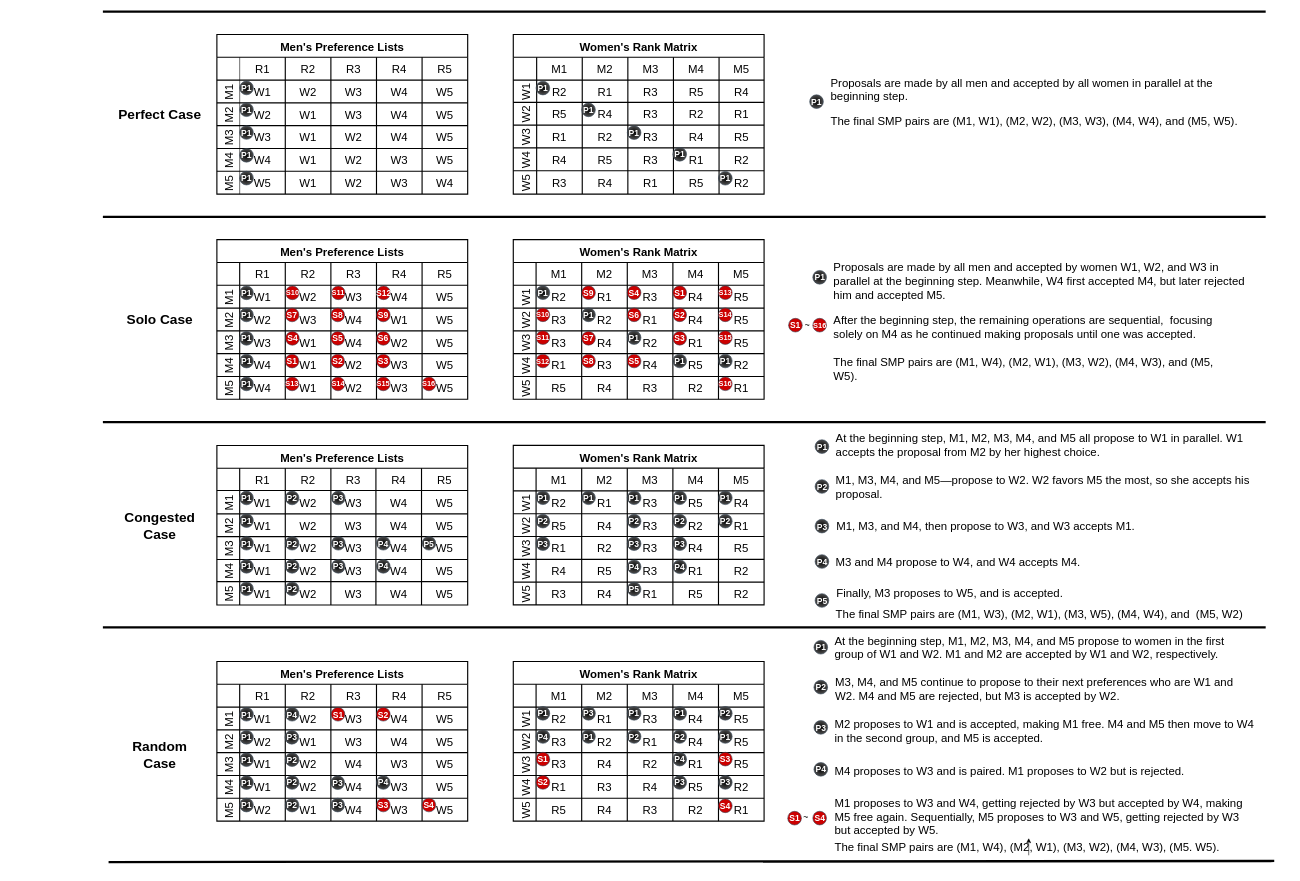
Above: SMPWorkloads.drawio in victorliu-sq/BambooSMP-Figures (draw.io), before the change. Source tidied: cells renumbered, new cells numbered last; positions are measured from the earlier drawing's top-left corner, leaving out a move shared by most shapes. Both pictures are drawn from the tidied source at 57%, with x=0, y=0 at pixel (103, 11).
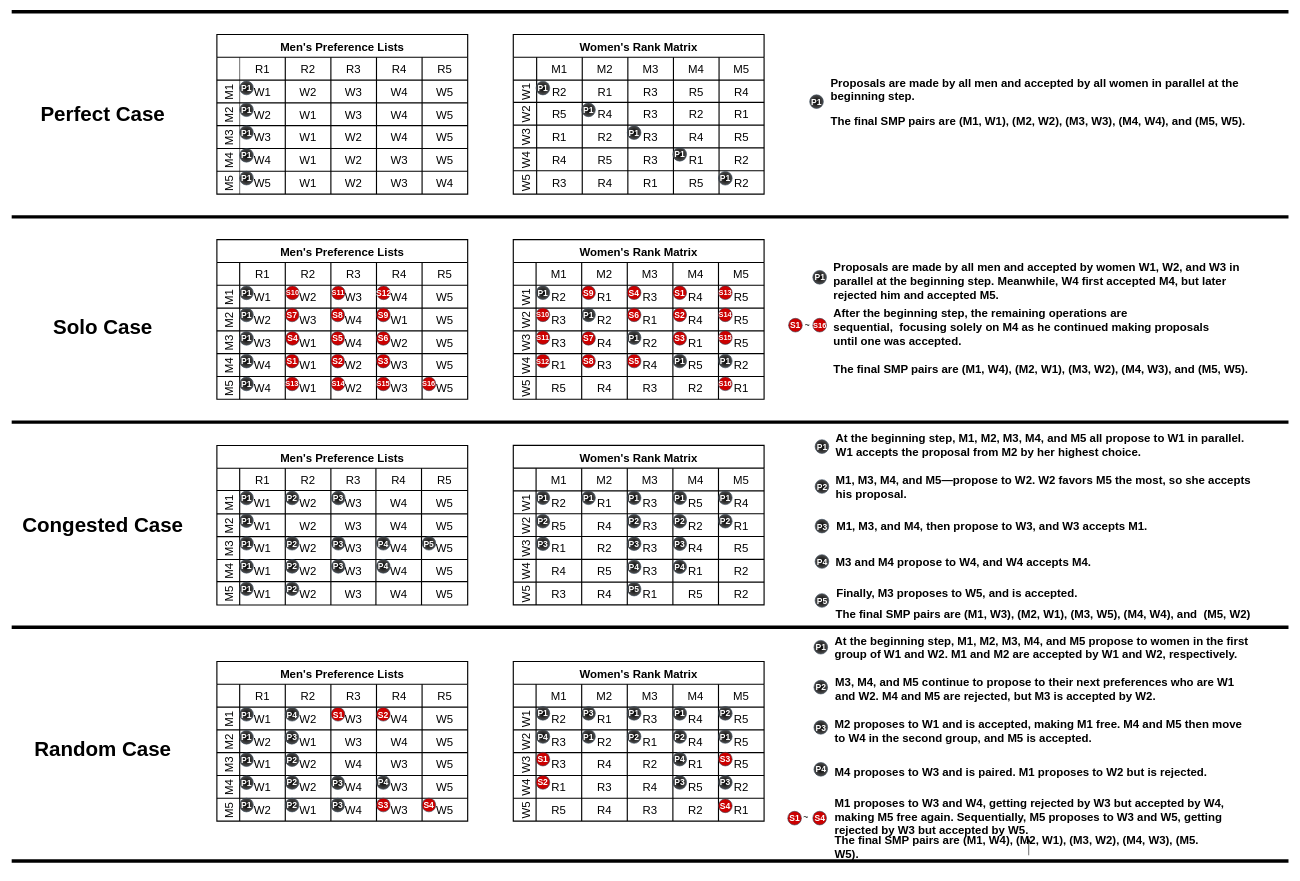
The same page after the edit.

What changed in the source:
```diff
@@
-    <mxCell id="76" style="endArrow=none;html=1;rounded=0;strokeWidth=4;" parent="1" edge="1">
+    <mxCell id="76" style="endArrow=none;html=1;rounded=0;strokeWidth=6;" parent="1" edge="1">
       <mxGeometry relative="1" as="geometry">
-        <mxPoint y="360" as="sourcePoint" />
-        <mxPoint x="2040" y="360" as="targetPoint" />
+        <mxPoint x="-160" y="360" as="sourcePoint" />
+        <mxPoint x="2080" y="360" as="targetPoint" />
       </mxGeometry>
     </mxCell>
@@
-    <mxCell id="114" value="&lt;font style=&quot;font-size: 24px;&quot;&gt;&lt;b style=&quot;font-size: 24px;&quot;&gt;Perfect Case&lt;/b&gt;&lt;/font&gt;" style="text;strokeColor=none;align=center;fillColor=none;html=1;verticalAlign=middle;whiteSpace=wrap;rounded=0;fontSize=24;" parent="1" vertex="1">
-      <mxGeometry x="20" y="139.8" width="160" height="80" as="geometry" />
+    <mxCell id="114" value="&lt;font style=&quot;font-size: 36px;&quot;&gt;&lt;b style=&quot;font-size: 36px;&quot;&gt;Perfect Case&lt;/b&gt;&lt;/font&gt;" style="text;strokeColor=none;align=center;fillColor=none;html=1;verticalAlign=middle;whiteSpace=wrap;rounded=0;fontSize=36;" parent="1" vertex="1">
+      <mxGeometry x="-130" y="140" width="260" height="80" as="geometry" />
     </mxCell>
-    <mxCell id="115" value="&lt;font style=&quot;font-size: 24px;&quot;&gt;&lt;b style=&quot;font-size: 24px;&quot;&gt;Solo Case&lt;/b&gt;&lt;/font&gt;" style="text;strokeColor=none;align=center;fillColor=none;html=1;verticalAlign=middle;whiteSpace=wrap;rounded=0;fontSize=24;" parent="1" vertex="1">
-      <mxGeometry x="20" y="499.5" width="160" height="80" as="geometry" />
+    <mxCell id="115" value="&lt;font style=&quot;font-size: 36px;&quot;&gt;&lt;b style=&quot;font-size: 36px;&quot;&gt;Solo Case&lt;/b&gt;&lt;/font&gt;" style="text;strokeColor=none;align=center;fillColor=none;html=1;verticalAlign=middle;whiteSpace=wrap;rounded=0;fontSize=36;" parent="1" vertex="1">
+      <mxGeometry x="-120" y="512.5" width="240" height="80" as="geometry" />
     </mxCell>
-    <mxCell id="116" value="&lt;font style=&quot;font-size: 24px;&quot;&gt;&lt;b style=&quot;font-size: 24px;&quot;&gt;Congested Case&lt;/b&gt;&lt;/font&gt;" style="text;strokeColor=none;align=center;fillColor=none;html=1;verticalAlign=middle;whiteSpace=wrap;rounded=0;fontSize=24;" parent="1" vertex="1">
-      <mxGeometry x="20" y="827.5" width="160" height="148.5" as="geometry" />
+    <mxCell id="116" value="&lt;font style=&quot;font-size: 36px;&quot;&gt;&lt;b style=&quot;font-size: 36px;&quot;&gt;Congested Case&lt;/b&gt;&lt;/font&gt;" style="text;strokeColor=none;align=center;fillColor=none;html=1;verticalAlign=middle;whiteSpace=wrap;rounded=0;fontSize=36;" parent="1" vertex="1">
+      <mxGeometry x="-160" y="826.5" width="320" height="148.5" as="geometry" />
     </mxCell>
@@
-    <mxCell id="122" style="endArrow=none;html=1;rounded=0;strokeWidth=4;" parent="1" edge="1">
+    <mxCell id="122" style="endArrow=none;html=1;rounded=0;strokeWidth=6;" parent="1" edge="1">
       <mxGeometry relative="1" as="geometry">
-        <mxPoint y="720" as="sourcePoint" />
-        <mxPoint x="2040" y="720" as="targetPoint" />
+        <mxPoint x="-160" y="720" as="sourcePoint" />
+        <mxPoint x="2080" y="720" as="targetPoint" />
       </mxGeometry>
     </mxCell>
@@
-    <mxCell id="159" style="endArrow=none;html=1;rounded=0;strokeWidth=4;" parent="1" edge="1">
+    <mxCell id="159" style="endArrow=none;html=1;rounded=0;strokeWidth=6;" parent="1" edge="1">
       <mxGeometry relative="1" as="geometry">
-        <mxPoint y="1080" as="sourcePoint" />
-        <mxPoint x="2040" y="1080" as="targetPoint" />
+        <mxPoint x="-160" y="1080" as="sourcePoint" />
+        <mxPoint x="2080" y="1080" as="targetPoint" />
       </mxGeometry>
     </mxCell>
@@
-    <mxCell id="197" value="&lt;font style=&quot;font-size: 24px;&quot;&gt;&lt;b style=&quot;font-size: 24px;&quot;&gt;Random Case&lt;/b&gt;&lt;/font&gt;" style="text;strokeColor=none;align=center;fillColor=none;html=1;verticalAlign=middle;whiteSpace=wrap;rounded=0;fontSize=24;" parent="1" vertex="1">
-      <mxGeometry x="20" y="1231" width="160" height="146.7" as="geometry" />
+    <mxCell id="197" value="&lt;font style=&quot;font-size: 36px;&quot;&gt;&lt;b style=&quot;font-size: 36px;&quot;&gt;Random Case&lt;/b&gt;&lt;/font&gt;" style="text;strokeColor=none;align=center;fillColor=none;html=1;verticalAlign=middle;whiteSpace=wrap;rounded=0;fontSize=36;" parent="1" vertex="1">
+      <mxGeometry x="-160" y="1220.6" width="320" height="146.7" as="geometry" />
     </mxCell>
@@
-    <mxCell id="213" style="endArrow=none;html=1;rounded=0;strokeWidth=4;" parent="1" edge="1">
+    <mxCell id="213" style="endArrow=none;html=1;rounded=0;strokeWidth=6;" parent="1" edge="1">
       <mxGeometry relative="1" as="geometry">
-        <mxPoint x="10" y="1492" as="sourcePoint" />
-        <mxPoint x="2055" y="1490" as="targetPoint" />
+        <mxPoint x="-160" y="1490" as="sourcePoint" />
+        <mxPoint x="2080" y="1490" as="targetPoint" />
       </mxGeometry>
     </mxCell>
-    <mxCell id="214" style="endArrow=none;html=1;rounded=0;strokeWidth=4;" parent="1" edge="1">
+    <mxCell id="214" style="endArrow=none;html=1;rounded=0;strokeWidth=6;" parent="1" edge="1">
       <mxGeometry relative="1" as="geometry">
-        <mxPoint as="sourcePoint" />
-        <mxPoint x="2040" as="targetPoint" />
+        <mxPoint x="-160" as="sourcePoint" />
+        <mxPoint x="2080" as="targetPoint" />
       </mxGeometry>
     </mxCell>
@@
-    <mxCell id="233" value="&lt;p style=&quot;font-size: 20px;&quot;&gt;At the beginning step, M1, M2, M3, M4, and M5 all propose to W1 in parallel. W1 accepts the proposal from M2 by her highest choice.&lt;br style=&quot;font-size: 20px;&quot;&gt;&lt;/p&gt;" style="text;strokeColor=none;align=left;fillColor=none;html=1;verticalAlign=middle;whiteSpace=wrap;rounded=0;fontFamily=Helvetica;fontSize=20;fontColor=default;" parent="1" vertex="1">
+    <mxCell id="233" value="&lt;p style=&quot;font-size: 20px;&quot;&gt;&lt;b&gt;At the beginning step, M1, M2, M3, M4, and M5 all propose to W1 in parallel. W1 accepts the proposal from M2 by her highest choice.&lt;/b&gt;&lt;br style=&quot;font-size: 20px;&quot;&gt;&lt;/p&gt;" style="text;strokeColor=none;align=left;fillColor=none;html=1;verticalAlign=middle;whiteSpace=wrap;rounded=0;fontFamily=Helvetica;fontSize=20;fontColor=default;" parent="1" vertex="1">
       <mxGeometry x="1284" y="745" width="737.5" height="30" as="geometry" />
     </mxCell>
-    <mxCell id="234" value="&lt;p style=&quot;font-size: 20px;&quot;&gt;M1, M3, M4, and M5—propose to W2. W2 favors M5 the most, so she accepts his proposal.&lt;br style=&quot;font-size: 20px;&quot;&gt;&lt;/p&gt;" style="text;strokeColor=none;align=left;fillColor=none;html=1;verticalAlign=middle;whiteSpace=wrap;rounded=0;fontFamily=Helvetica;fontSize=20;fontColor=default;" parent="1" vertex="1">
+    <mxCell id="234" value="&lt;p style=&quot;font-size: 20px;&quot;&gt;M1, M3, M4, and M5—propose to W2. W2 favors M5 the most, so she accepts his proposal.&lt;br style=&quot;font-size: 20px;&quot;&gt;&lt;/p&gt;" style="text;strokeColor=none;align=left;fillColor=none;html=1;verticalAlign=middle;whiteSpace=wrap;rounded=0;fontFamily=Helvetica;fontSize=20;fontColor=default;fontStyle=1;" parent="1" vertex="1">
       <mxGeometry x="1284" y="818" width="747.5" height="30" as="geometry" />
     </mxCell>
-    <mxCell id="235" value="&lt;p style=&quot;font-size: 20px;&quot;&gt;M1, M3, and M4, then propose to W3, and W3 accepts M1.&lt;br style=&quot;font-size: 20px;&quot;&gt;&lt;/p&gt;" style="text;strokeColor=none;align=left;fillColor=none;html=1;verticalAlign=middle;whiteSpace=wrap;rounded=0;fontFamily=Helvetica;fontSize=20;fontColor=default;" parent="1" vertex="1">
+    <mxCell id="235" value="&lt;p style=&quot;font-size: 20px;&quot;&gt;M1, M3, and M4, then propose to W3, and W3 accepts M1.&lt;br style=&quot;font-size: 20px;&quot;&gt;&lt;/p&gt;" style="text;strokeColor=none;align=left;fillColor=none;html=1;verticalAlign=middle;whiteSpace=wrap;rounded=0;fontFamily=Helvetica;fontSize=20;fontColor=default;fontStyle=1;" parent="1" vertex="1">
       <mxGeometry x="1285" y="886" width="727.5" height="30" as="geometry" />
     </mxCell>
-    <mxCell id="236" value="&lt;p style=&quot;font-size: 20px;&quot;&gt;M3 and M4 propose to W4, and W4 accepts M4.&lt;br style=&quot;font-size: 20px;&quot;&gt;&lt;/p&gt;" style="text;strokeColor=none;align=left;fillColor=none;html=1;verticalAlign=middle;whiteSpace=wrap;rounded=0;fontFamily=Helvetica;fontSize=20;fontColor=default;" parent="1" vertex="1">
+    <mxCell id="236" value="&lt;p style=&quot;font-size: 20px;&quot;&gt;M3 and M4 propose to W4, and W4 accepts M4.&lt;br style=&quot;font-size: 20px;&quot;&gt;&lt;/p&gt;" style="text;strokeColor=none;align=left;fillColor=none;html=1;verticalAlign=middle;whiteSpace=wrap;rounded=0;fontFamily=Helvetica;fontSize=20;fontColor=default;fontStyle=1;" parent="1" vertex="1">
       <mxGeometry x="1284" y="949.6" width="734" height="30" as="geometry" />
     </mxCell>
-    <mxCell id="237" value="&lt;p style=&quot;font-size: 20px;&quot;&gt;Finally, M3 proposes to W5, and is accepted.&lt;br style=&quot;font-size: 20px;&quot;&gt;&lt;/p&gt;" style="text;strokeColor=none;align=left;fillColor=none;html=1;verticalAlign=middle;whiteSpace=wrap;rounded=0;fontFamily=Helvetica;fontSize=20;fontColor=default;" parent="1" vertex="1">
+    <mxCell id="237" value="&lt;p style=&quot;font-size: 20px;&quot;&gt;Finally, M3 proposes to W5, and is accepted.&lt;br style=&quot;font-size: 20px;&quot;&gt;&lt;/p&gt;" style="text;strokeColor=none;align=left;fillColor=none;html=1;verticalAlign=middle;whiteSpace=wrap;rounded=0;fontFamily=Helvetica;fontSize=20;fontColor=default;fontStyle=1;" parent="1" vertex="1">
       <mxGeometry x="1285" y="1005.3" width="578.5" height="30" as="geometry" />
     </mxCell>
-    <mxCell id="238" value="&lt;p style=&quot;font-size: 20px;&quot;&gt;&lt;span style=&quot;font-size: 20px; font-weight: 400;&quot;&gt;At the beginning step, M1, M2, M3, M4, and M5 propose to women in the first group of W1 and W2. M1 and M2 are accepted by W1 and W2, respectively.&lt;/span&gt;&lt;/p&gt;" style="text;strokeColor=none;align=left;fillColor=none;html=1;verticalAlign=middle;whiteSpace=wrap;rounded=0;fontFamily=Helvetica;fontSize=20;fontColor=default;" parent="1" vertex="1">
+    <mxCell id="238" value="&lt;p style=&quot;font-size: 20px;&quot;&gt;&lt;span style=&quot;font-size: 20px;&quot;&gt;&lt;b&gt;At the beginning step, M1, M2, M3, M4, and M5 propose to women in the first group of W1 and W2. M1 and M2 are accepted by W1 and W2, respectively.&lt;/b&gt;&lt;/span&gt;&lt;/p&gt;" style="text;strokeColor=none;align=left;fillColor=none;html=1;verticalAlign=middle;whiteSpace=wrap;rounded=0;fontFamily=Helvetica;fontSize=20;fontColor=default;" parent="1" vertex="1">
       <mxGeometry x="1282" y="1100" width="738.5" height="30" as="geometry" />
     </mxCell>
-    <mxCell id="239" value="&lt;p style=&quot;font-size: 20px;&quot;&gt;M3, M4, and M5 continue to propose to their next preferences who are W1 and W2. M4 and M5 are rejected, but M3 is accepted by W2.&lt;br style=&quot;font-size: 20px;&quot;&gt;&lt;/p&gt;" style="text;strokeColor=none;align=left;fillColor=none;html=1;verticalAlign=middle;whiteSpace=wrap;rounded=0;fontFamily=Helvetica;fontSize=20;fontColor=default;" parent="1" vertex="1">
+    <mxCell id="239" value="&lt;p style=&quot;font-size: 20px;&quot;&gt;&lt;b&gt;M3, M4, and M5 continue to propose to their next preferences who are W1 and W2. M4 and M5 are rejected, but M3 is accepted by W2.&lt;/b&gt;&lt;br style=&quot;font-size: 20px;&quot;&gt;&lt;/p&gt;" style="text;strokeColor=none;align=left;fillColor=none;html=1;verticalAlign=middle;whiteSpace=wrap;rounded=0;fontFamily=Helvetica;fontSize=20;fontColor=default;" parent="1" vertex="1">
       <mxGeometry x="1283" y="1173" width="738.5" height="30" as="geometry" />
     </mxCell>
-    <mxCell id="240" value="&lt;p style=&quot;font-size: 20px;&quot;&gt;M4 proposes to W3 and is paired. M1 proposes to W2 but is rejected.&lt;br style=&quot;font-size: 20px;&quot;&gt;&lt;/p&gt;" style="text;strokeColor=none;align=left;fillColor=none;html=1;verticalAlign=middle;whiteSpace=wrap;rounded=0;fontFamily=Helvetica;fontSize=20;fontColor=default;" parent="1" vertex="1">
-      <mxGeometry x="1281.5" y="1317.2" width="738.5" height="30" as="geometry" />
+    <mxCell id="240" value="&lt;p style=&quot;font-size: 20px;&quot;&gt;&lt;b&gt;M4 proposes to W3 and is paired. M1 proposes to W2 but is rejected.&lt;/b&gt;&lt;br style=&quot;font-size: 20px;&quot;&gt;&lt;/p&gt;" style="text;strokeColor=none;align=left;fillColor=none;html=1;verticalAlign=middle;whiteSpace=wrap;rounded=0;fontFamily=Helvetica;fontSize=20;fontColor=default;" parent="1" vertex="1">
+      <mxGeometry x="1281.5" y="1317.2" width="738.5" height="32.8" as="geometry" />
     </mxCell>
-    <mxCell id="241" value="&lt;p style=&quot;font-size: 20px;&quot;&gt;&lt;span style=&quot;font-size: 20px; font-weight: 400;&quot;&gt;Proposals are made by all men and accepted by women W1, W2, and W3 in parallel at the beginning step.&amp;nbsp;&lt;/span&gt;&lt;span style=&quot;background-color: initial; font-size: 20px;&quot;&gt;Meanwhile, W4 first accepted M4, but later rejected him and accepted M5.&lt;/span&gt;&lt;/p&gt;" style="text;strokeColor=none;align=left;fillColor=none;html=1;verticalAlign=middle;whiteSpace=wrap;rounded=0;fontFamily=Helvetica;fontSize=20;fontColor=default;" parent="1" vertex="1">
+    <mxCell id="241" value="&lt;p style=&quot;font-size: 20px;&quot;&gt;&lt;b&gt;&lt;span style=&quot;font-size: 20px;&quot;&gt;Proposals are made by all men and accepted by women W1, W2, and W3 in parallel at the beginning step.&amp;nbsp;&lt;/span&gt;&lt;span style=&quot;background-color: initial; font-size: 20px;&quot;&gt;Meanwhile, W4 first accepted M4, but later rejected him and accepted M5.&lt;/span&gt;&lt;/b&gt;&lt;/p&gt;" style="text;strokeColor=none;align=left;fillColor=none;html=1;verticalAlign=middle;whiteSpace=wrap;rounded=0;fontFamily=Helvetica;fontSize=20;fontColor=default;" parent="1" vertex="1">
       <mxGeometry x="1280" y="439.5" width="746.5" height="64" as="geometry" />
     </mxCell>
-    <mxCell id="242" value="&lt;p style=&quot;font-size: 20px;&quot;&gt;&lt;span style=&quot;font-size: 20px; font-weight: 400;&quot;&gt;After the beginning step, the remaining operations are sequential,&amp;nbsp;&amp;nbsp;&lt;/span&gt;&lt;span style=&quot;background-color: initial; font-size: 20px;&quot;&gt;focusing solely on M4 as he continued making proposals until one was accepted.&amp;nbsp;&lt;/span&gt;&lt;/p&gt;" style="text;strokeColor=none;align=left;fillColor=none;html=1;verticalAlign=middle;whiteSpace=wrap;rounded=0;fontFamily=Helvetica;fontSize=20;fontColor=default;" parent="1" vertex="1">
+    <mxCell id="242" value="&lt;p style=&quot;font-size: 20px;&quot;&gt;&lt;b&gt;&lt;span style=&quot;font-size: 20px;&quot;&gt;After the beginning step, the remaining operations are sequential,&amp;nbsp;&amp;nbsp;&lt;/span&gt;&lt;span style=&quot;background-color: initial; font-size: 20px;&quot;&gt;focusing solely on M4 as he continued making proposals until one was accepted.&amp;nbsp;&lt;/span&gt;&lt;/b&gt;&lt;/p&gt;" style="text;strokeColor=none;align=left;fillColor=none;html=1;verticalAlign=middle;whiteSpace=wrap;rounded=0;fontFamily=Helvetica;fontSize=20;fontColor=default;" parent="1" vertex="1">
       <mxGeometry x="1280" y="524" width="706.5" height="57" as="geometry" />
     </mxCell>
-    <mxCell id="243" value="&lt;p style=&quot;font-size: 20px;&quot;&gt;&lt;span style=&quot;font-size: 20px; font-weight: 400;&quot;&gt;Proposals are made by all men and accepted by all women in parallel at the beginning step.&amp;nbsp;&lt;/span&gt;&lt;/p&gt;&lt;p style=&quot;font-size: 20px;&quot;&gt;The final SMP pairs are&amp;nbsp;&lt;span style=&quot;font-size: 20px; background-color: initial; font-weight: normal;&quot;&gt;(M1, W1), (M2, W2), (M3, W3), (M4, W4), and (M5, W5).&lt;/span&gt;&amp;nbsp;&lt;/p&gt;" style="text;strokeColor=none;align=left;fillColor=none;html=1;verticalAlign=middle;whiteSpace=wrap;rounded=0;fontFamily=Helvetica;fontSize=20;fontColor=default;" parent="1" vertex="1">
+    <mxCell id="243" value="&lt;p style=&quot;font-size: 20px;&quot;&gt;&lt;span style=&quot;font-size: 20px;&quot;&gt;&lt;b&gt;Proposals are made by all men and accepted by all women in parallel at the beginning step.&amp;nbsp;&lt;/b&gt;&lt;/span&gt;&lt;/p&gt;&lt;p style=&quot;font-size: 20px;&quot;&gt;&lt;b&gt;The final SMP pairs are&amp;nbsp;&lt;span style=&quot;font-size: 20px; background-color: initial;&quot;&gt;(M1, W1), (M2, W2), (M3, W3), (M4, W4), and (M5, W5).&lt;/span&gt;&amp;nbsp;&lt;/b&gt;&lt;/p&gt;" style="text;strokeColor=none;align=left;fillColor=none;html=1;verticalAlign=middle;whiteSpace=wrap;rounded=0;fontFamily=Helvetica;fontSize=20;fontColor=default;" parent="1" vertex="1">
       <mxGeometry x="1274.5" y="102.8" width="746.5" height="110" as="geometry" />
     </mxCell>
-    <mxCell id="244" value="&lt;p style=&quot;font-size: 20px;&quot;&gt;&lt;span style=&quot;font-size: 20px; font-weight: 400;&quot;&gt;The final SMP pairs are&amp;nbsp;&lt;/span&gt;&lt;span style=&quot;font-size: 20px; font-weight: normal;&quot;&gt;&lt;font style=&quot;font-size: 20px;&quot;&gt;(M1, W4), (M2, W1), (M3, W2), (M4, W3), and (M5, W5).&lt;/font&gt;&lt;/span&gt;&lt;/p&gt;" style="text;strokeColor=none;align=left;fillColor=none;html=1;verticalAlign=middle;whiteSpace=wrap;rounded=0;fontFamily=Helvetica;fontSize=20;fontColor=default;" parent="1" vertex="1">
-      <mxGeometry x="1280" y="611" width="706.5" height="30" as="geometry" />
+    <mxCell id="244" value="&lt;p style=&quot;font-size: 20px;&quot;&gt;&lt;b&gt;&lt;span style=&quot;font-size: 20px;&quot;&gt;The final SMP pairs are&amp;nbsp;&lt;/span&gt;&lt;span style=&quot;font-size: 20px;&quot;&gt;&lt;font style=&quot;font-size: 20px;&quot;&gt;(M1, W4), (M2, W1), (M3, W2), (M4, W3), and (M5, W5).&lt;/font&gt;&lt;/span&gt;&lt;/b&gt;&lt;/p&gt;" style="text;strokeColor=none;align=left;fillColor=none;html=1;verticalAlign=middle;whiteSpace=wrap;rounded=0;fontFamily=Helvetica;fontSize=20;fontColor=default;" parent="1" vertex="1">
+      <mxGeometry x="1280" y="611" width="740" height="30" as="geometry" />
     </mxCell>
-    <mxCell id="245" value="&lt;p style=&quot;font-size: 20px;&quot;&gt;&lt;span style=&quot;font-size: 20px; font-weight: 400;&quot;&gt;The final SMP pairs are&amp;nbsp;&lt;/span&gt;&lt;span style=&quot;font-size: 20px; font-weight: normal;&quot;&gt;&lt;font style=&quot;font-size: 20px;&quot;&gt;(M1, W3), (M2, W1), (M3, W5), (M4, W4), and&amp;nbsp; (M5, W2)&lt;/font&gt;&lt;/span&gt;&lt;/p&gt;" style="text;strokeColor=none;align=left;fillColor=none;html=1;verticalAlign=middle;whiteSpace=wrap;rounded=0;fontFamily=Helvetica;fontSize=20;fontColor=default;" parent="1" vertex="1">
+    <mxCell id="245" value="&lt;p style=&quot;font-size: 20px;&quot;&gt;&lt;span style=&quot;font-size: 20px;&quot;&gt;The final SMP pairs are&amp;nbsp;&lt;/span&gt;&lt;span style=&quot;font-size: 20px;&quot;&gt;&lt;font style=&quot;font-size: 20px;&quot;&gt;(M1, W3), (M2, W1), (M3, W5), (M4, W4), and&amp;nbsp; (M5, W2)&lt;/font&gt;&lt;/span&gt;&lt;/p&gt;" style="text;strokeColor=none;align=left;fillColor=none;html=1;verticalAlign=middle;whiteSpace=wrap;rounded=0;fontFamily=Helvetica;fontSize=20;fontColor=default;fontStyle=1;" parent="1" vertex="1">
       <mxGeometry x="1284" y="1041" width="736.5" height="30" as="geometry" />
     </mxCell>
-    <mxCell id="246" value="&lt;p style=&quot;font-size: 20px;&quot;&gt;M2 proposes to W1 and is accepted, making M1 free. M4 and M5 then move to W4 in the second group, and M5 is accepted.&lt;br style=&quot;font-size: 20px;&quot;&gt;&lt;/p&gt;" style="text;strokeColor=none;align=left;fillColor=none;html=1;verticalAlign=middle;whiteSpace=wrap;rounded=0;fontFamily=Helvetica;fontSize=20;fontColor=default;" parent="1" vertex="1">
+    <mxCell id="246" value="&lt;p style=&quot;font-size: 20px;&quot;&gt;&lt;b&gt;M2 proposes to W1 and is accepted, making M1 free. M4 and M5 then move to W4 in the second group, and M5 is accepted.&lt;/b&gt;&lt;br style=&quot;font-size: 20px;&quot;&gt;&lt;/p&gt;" style="text;strokeColor=none;align=left;fillColor=none;html=1;verticalAlign=middle;whiteSpace=wrap;rounded=0;fontFamily=Helvetica;fontSize=20;fontColor=default;" parent="1" vertex="1">
       <mxGeometry x="1281.5" y="1246.2" width="738.5" height="30" as="geometry" />
     </mxCell>
-    <mxCell id="247" value="&lt;p style=&quot;font-size: 20px;&quot;&gt;M1 proposes to W3 and W4, getting rejected by W3 but accepted by W4, making M5 free again. Sequentially, M5 proposes to W3 and W5, getting rejected by W3 but accepted by W5.&lt;br style=&quot;font-size: 20px;&quot;&gt;&lt;/p&gt;" style="text;strokeColor=none;align=left;fillColor=none;html=1;verticalAlign=middle;whiteSpace=wrap;rounded=0;fontFamily=Helvetica;fontSize=20;fontColor=default;" parent="1" vertex="1">
+    <mxCell id="247" value="&lt;p style=&quot;font-size: 20px;&quot;&gt;&lt;b&gt;M1 proposes to W3 and W4, getting rejected by W3 but accepted by W4, making M5 free again. Sequentially, M5 proposes to W3 and W5, getting rejected by W3 but accepted by W5.&lt;/b&gt;&lt;br style=&quot;font-size: 20px;&quot;&gt;&lt;/p&gt;" style="text;strokeColor=none;align=left;fillColor=none;html=1;verticalAlign=middle;whiteSpace=wrap;rounded=0;fontFamily=Helvetica;fontSize=20;fontColor=default;" parent="1" vertex="1">
       <mxGeometry x="1282" y="1396.9" width="717.5" height="30" as="geometry" />
     </mxCell>
-    <mxCell id="248" value="&lt;p style=&quot;font-size: 20px;&quot;&gt;The final SMP pairs are (M1, W4), (M2, W1), (M3, W2), (M4, W3), (M5. W5).&lt;br style=&quot;font-size: 20px;&quot;&gt;&lt;/p&gt;" style="text;strokeColor=none;align=left;fillColor=none;html=1;verticalAlign=middle;whiteSpace=wrap;rounded=0;fontFamily=Helvetica;fontSize=20;fontColor=default;" parent="1" vertex="1">
+    <mxCell id="248" value="&lt;p style=&quot;font-size: 20px;&quot;&gt;&lt;b&gt;The final SMP pairs are (M1, W4), (M2, W1), (M3, W2), (M4, W3), (M5. W5).&lt;/b&gt;&lt;br style=&quot;font-size: 20px;&quot;&gt;&lt;/p&gt;" style="text;strokeColor=none;align=left;fillColor=none;html=1;verticalAlign=middle;whiteSpace=wrap;rounded=0;fontFamily=Helvetica;fontSize=20;fontColor=default;" parent="1" vertex="1">
       <mxGeometry x="1281.5" y="1450" width="685.5" height="30" as="geometry" />
     </mxCell>
```
